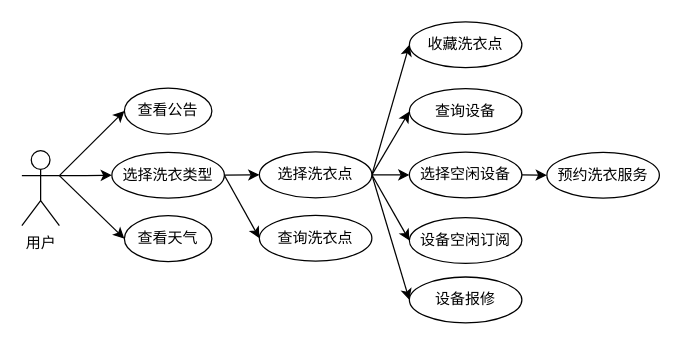
The draw.io diagram 洗衣服务模块.drawio in mochaDMQ/myPicture, before the edit. Source tidied: cells renumbered, new cells numbered last; positions are measured from the earlier drawing's top-left corner, leaving out a move shared by most shapes. Both pictures are drawn from the tidied source at 125%, with x=0, y=0 at pixel (21, 21).
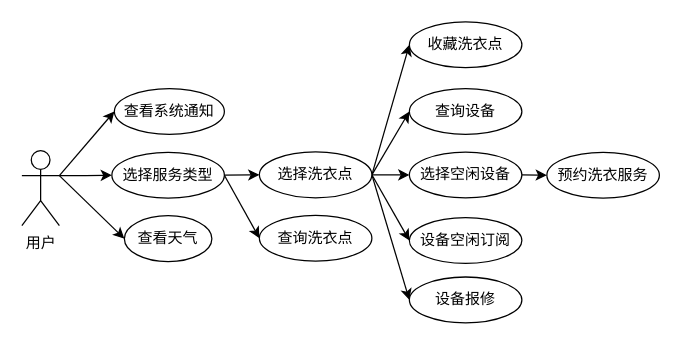
Above is the later version.

Commit message:
更新洗衣服务模块.drawio

The edit, as a diff of the source:
```diff
@@
-    <mxCell id="6" value="查看公告" style="ellipse;whiteSpace=wrap;html=1;" parent="1" vertex="1">
-      <mxGeometry x="82" y="53" width="70" height="36.7" as="geometry" />
+    <mxCell id="6" value="查看系统通知" style="ellipse;whiteSpace=wrap;html=1;" parent="1" vertex="1">
+      <mxGeometry x="74" y="53.3" width="88" height="36.7" as="geometry" />
     </mxCell>
@@
-    <mxCell id="9" value="选择洗衣类型" style="ellipse;whiteSpace=wrap;html=1;" parent="1" vertex="1">
+    <mxCell id="9" value="选择服务类型" style="ellipse;whiteSpace=wrap;html=1;" parent="1" vertex="1">
       <mxGeometry x="72" y="104.3" width="90" height="36.7" as="geometry" />
     </mxCell>
```
